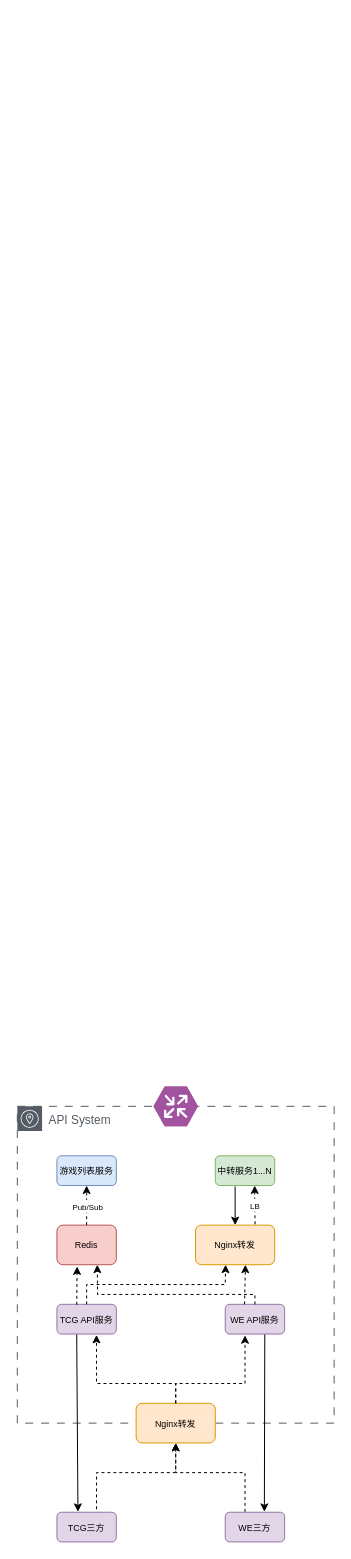
scodfield/ppt keeps this draw.io diagram as 初步架构.drawio. Above is the earlier version. Source tidied: cells renumbered, new cells numbered last; positions are measured from the earlier drawing's top-left corner, leaving out a move shared by most shapes. Both pictures are drawn from the tidied source at 99%, with x=0, y=0 at pixel (17, 1086).
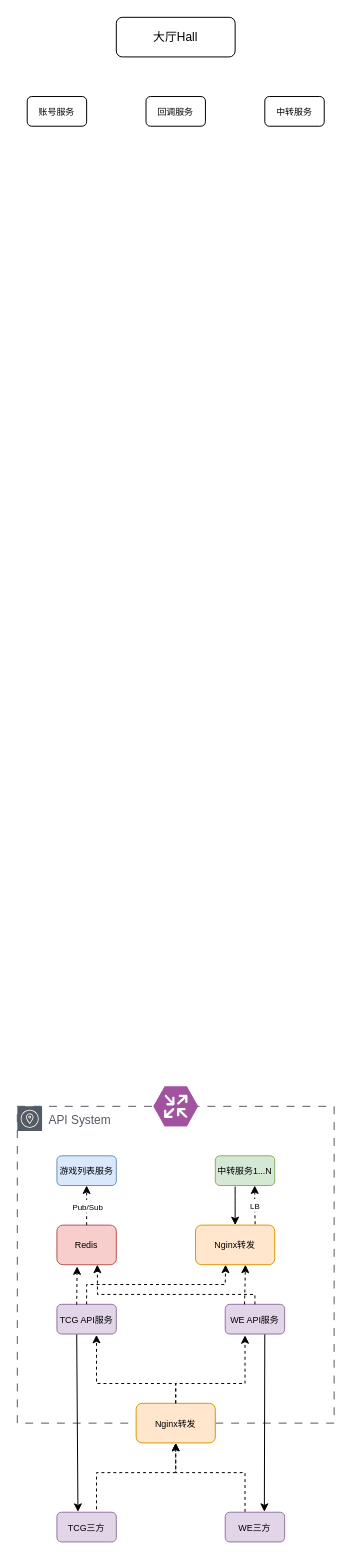
After the change.

Diff of the diagram source:
```diff
@@
+    <mxCell id="28" value="大厅Hall" style="rounded=1;whiteSpace=wrap;html=1;" parent="1" vertex="1">
+      <mxGeometry x="100" y="-1080" width="120" height="40" as="geometry" />
+    </mxCell>
+    <mxCell id="29" value="&lt;font style=&quot;font-size: 9px;&quot;&gt;账号服务&lt;/font&gt;" style="rounded=1;whiteSpace=wrap;html=1;" parent="1" vertex="1">
+      <mxGeometry x="10" y="-1000" width="60" height="30" as="geometry" />
+    </mxCell>
+    <mxCell id="30" value="&lt;font style=&quot;font-size: 9px;&quot;&gt;回调服务&lt;/font&gt;" style="rounded=1;whiteSpace=wrap;html=1;" parent="1" vertex="1">
+      <mxGeometry x="130" y="-1000" width="60" height="30" as="geometry" />
+    </mxCell>
+    <mxCell id="31" value="&lt;font style=&quot;font-size: 9px;&quot;&gt;中转服务&lt;/font&gt;" style="rounded=1;whiteSpace=wrap;html=1;" parent="1" vertex="1">
+      <mxGeometry x="250" y="-1000" width="60" height="30" as="geometry" />
+    </mxCell>
```
